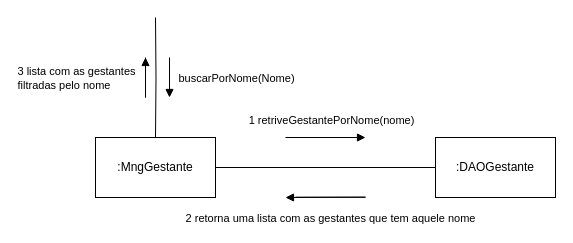
LuizGustavoNascimeto/draw.io keeps this draw.io diagram as page "buscar Por Nome" (3 of 10) of diagram de comunicação.drawio. Above is the earlier version. Source tidied: cells renumbered, new cells numbered last; positions are measured from the earlier drawing's top-left corner, leaving out a move shared by most shapes. Both pictures are drawn from the tidied source at 100%, with x=0, y=0 at pixel (95, 17).
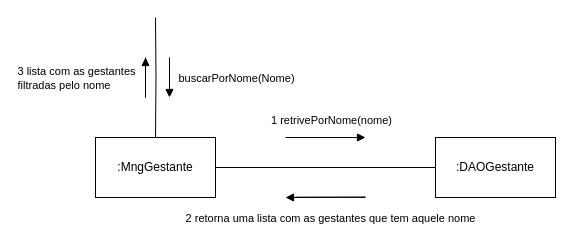
The same diagram, later.

The change refers to these unchanged cells:
```xml
<mxCell id="11" style="endArrow=block;html=1;rounded=0;strokeColor=default;align=center;verticalAlign=middle;fontFamily=Helvetica;fontSize=11;fontColor=default;labelBackgroundColor=default;" parent="1" edge="1">
  <mxGeometry relative="1" as="geometry">
    <mxPoint x="190" y="120" as="sourcePoint" />
    <mxPoint x="270" y="120" as="targetPoint" />
  </mxGeometry>
</mxCell>
```

The edit, as a diff of the source:
```diff
@@
-    <mxCell id="12" value="1 r&lt;span&gt;&lt;span&gt;etriveGestantePorNome(nome)&lt;/span&gt;&lt;/span&gt;" style="edgeLabel;html=1;align=center;verticalAlign=middle;fontFamily=Helvetica;fontSize=11;fontColor=default;labelBackgroundColor=default;rotation=0;" parent="11" vertex="1">
+    <mxCell id="12" value="1 r&lt;span&gt;&lt;span&gt;etrivePorNome(nome)&lt;/span&gt;&lt;/span&gt;" style="edgeLabel;html=1;align=center;verticalAlign=middle;fontFamily=Helvetica;fontSize=11;fontColor=default;labelBackgroundColor=default;rotation=0;" parent="11" vertex="1">
       <mxGeometry x="-0.28" y="-1" relative="1" as="geometry">
         <mxPoint x="16" y="-19" as="offset" />
       </mxGeometry>
     </mxCell>
```
